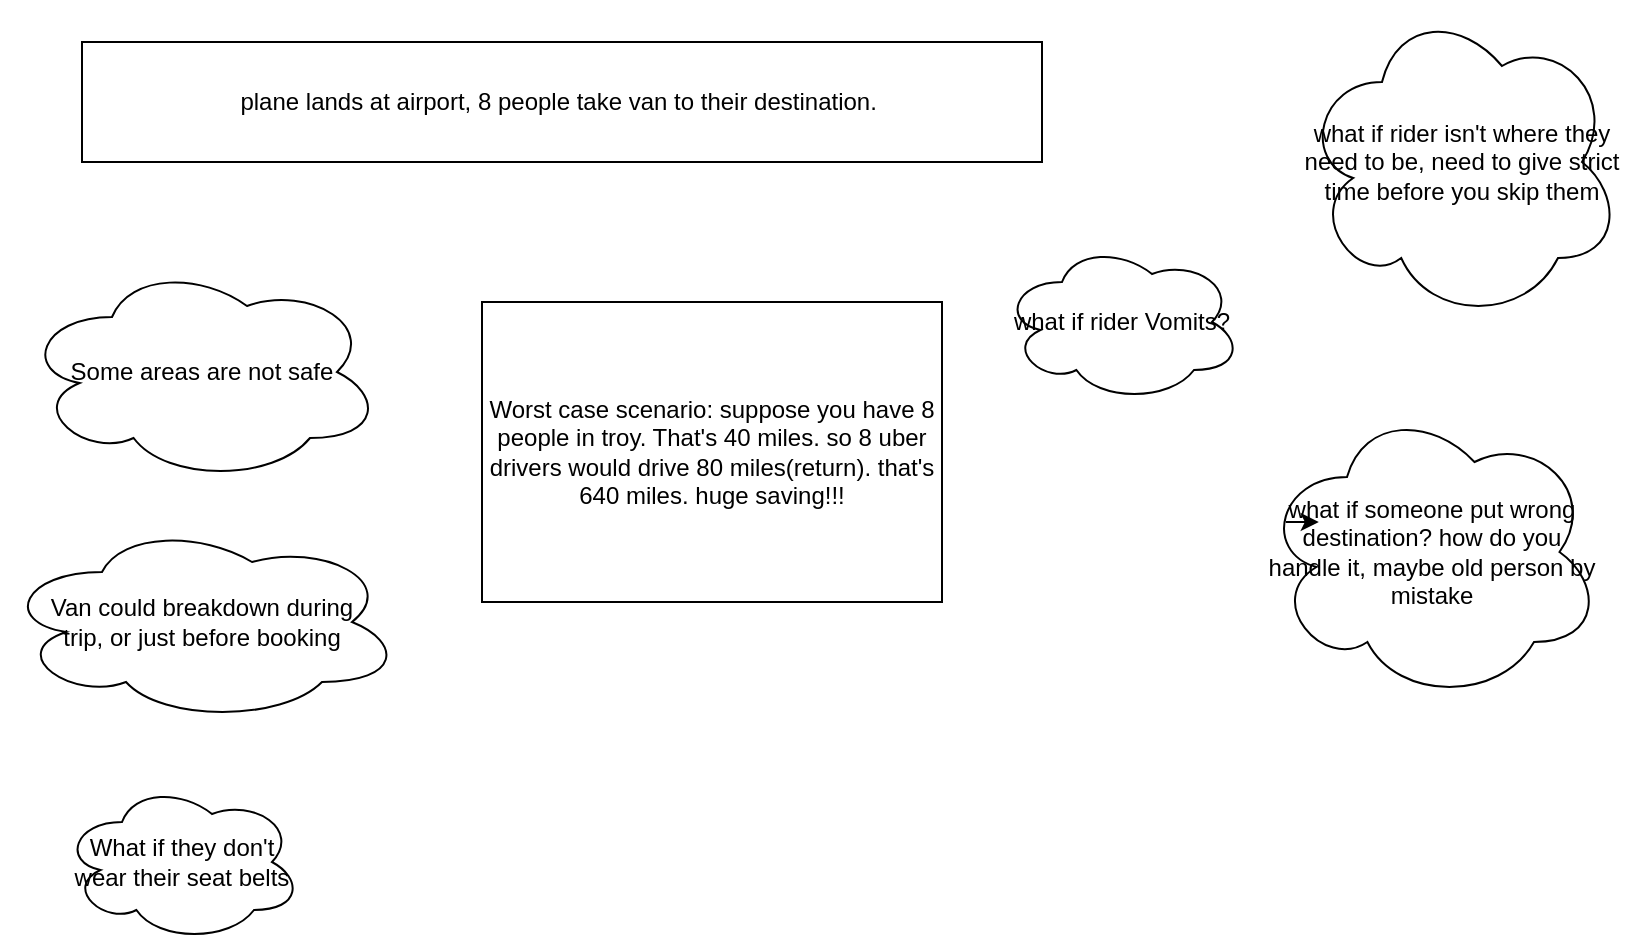
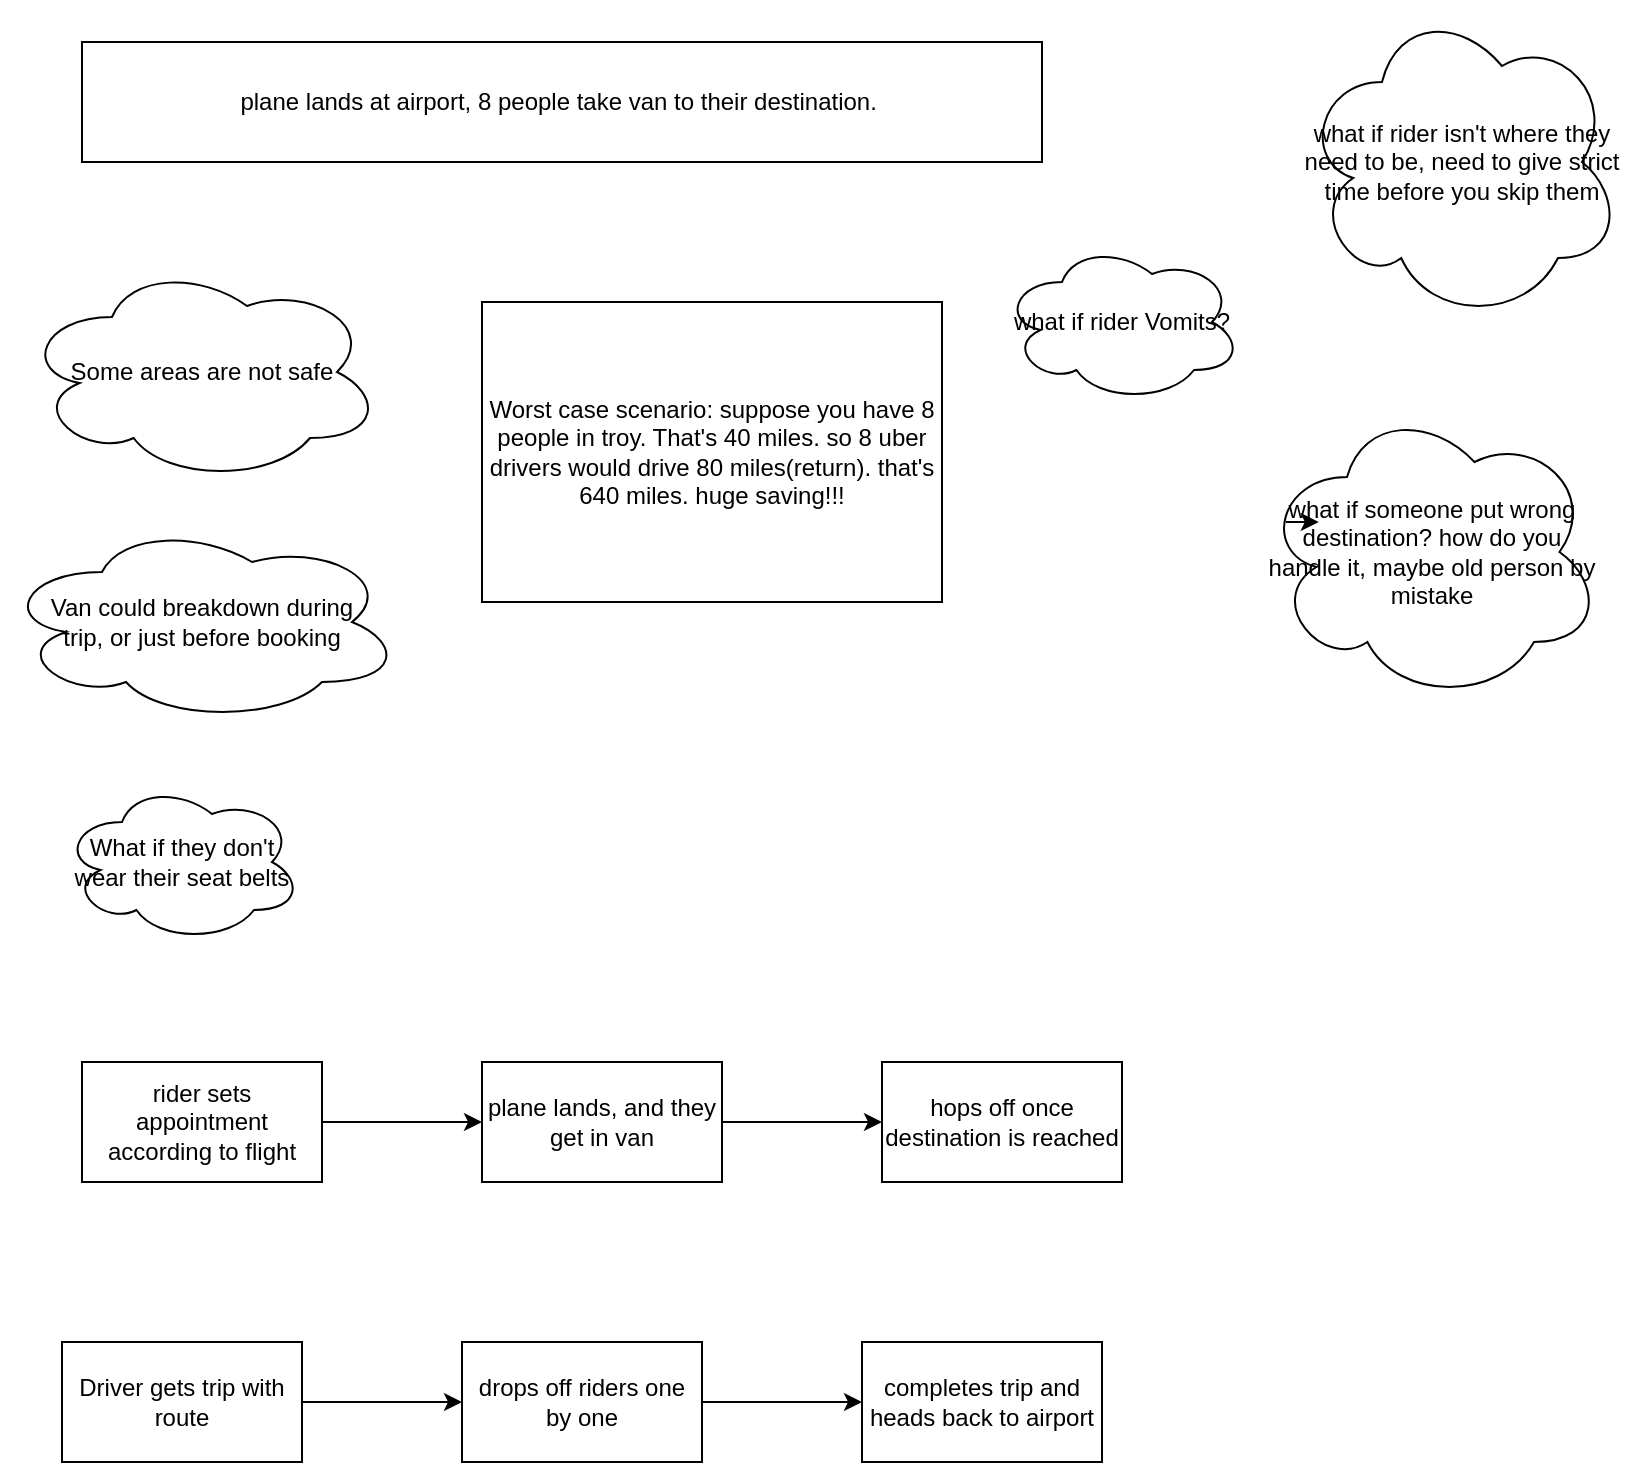
<mxfile host="app.diagrams.net">
  <diagram name="Page-1" id="dwn49BAO_7Qt1j4vyHa_">
-     <mxGraphModel dx="1171" dy="707" grid="1" gridSize="10" guides="1" tooltips="1" connect="1" arrows="1" fold="1" page="1" pageScale="1" pageWidth="850" pageHeight="1100" math="0" shadow="0">
+     <mxGraphModel dx="1022" dy="660" grid="1" gridSize="10" guides="1" tooltips="1" connect="1" arrows="1" fold="1" page="1" pageScale="1" pageWidth="850" pageHeight="1100" math="0" shadow="0">
      <root>
        <mxCell id="0" />
        <mxCell id="1" parent="0" />
        <mxCell id="ZXmLye4WYz5JW6THN3N--2" parent="1" style="rounded=0;whiteSpace=wrap;html=1;" value="plane lands at airport, 8 people take van to their destination.&amp;nbsp;" vertex="1">
          <mxGeometry height="60" width="480" x="60" y="60" as="geometry" />
        </mxCell>
        <mxCell id="ZXmLye4WYz5JW6THN3N--3" parent="1" style="ellipse;shape=cloud;whiteSpace=wrap;html=1;" value="Some areas are not safe" vertex="1">
          <mxGeometry height="110" width="180" x="30" y="170" as="geometry" />
        </mxCell>
        <mxCell id="ZXmLye4WYz5JW6THN3N--5" parent="1" style="rounded=0;whiteSpace=wrap;html=1;" value="&lt;div&gt;Worst case scenario: suppose you have 8 people in troy. That&#39;s 40 miles. so 8 uber drivers would drive 80 miles(return). that&#39;s 640 miles. huge saving!!!&lt;/div&gt;" vertex="1">
          <mxGeometry height="150" width="230" x="260" y="190" as="geometry" />
        </mxCell>
        <mxCell id="3V9UZf0SNv3yNVWR_qLZ-3" parent="1" style="ellipse;shape=cloud;whiteSpace=wrap;html=1;" value="Van could breakdown during&lt;br&gt;trip, or just before booking" vertex="1">
          <mxGeometry height="100" width="200" x="20" y="300" as="geometry" />
        </mxCell>
        <mxCell id="3V9UZf0SNv3yNVWR_qLZ-4" parent="1" style="ellipse;shape=cloud;whiteSpace=wrap;html=1;" value="&lt;div&gt;what if rider Vomits?&lt;/div&gt;" vertex="1">
          <mxGeometry height="80" width="120" x="520" y="160" as="geometry" />
        </mxCell>
        <mxCell id="3V9UZf0SNv3yNVWR_qLZ-5" parent="1" style="ellipse;shape=cloud;whiteSpace=wrap;html=1;" value="&lt;div&gt;what if rider isn&#39;t where they need to be, need to give strict time before you skip them&lt;/div&gt;" vertex="1">
          <mxGeometry height="160" width="160" x="670" y="40" as="geometry" />
        </mxCell>
        <mxCell id="3V9UZf0SNv3yNVWR_qLZ-6" parent="1" style="ellipse;shape=cloud;whiteSpace=wrap;html=1;" value="&lt;div&gt;what if someone put wrong destination? how do you handle it, maybe old person by mistake&lt;/div&gt;" vertex="1">
          <mxGeometry height="150" width="170" x="650" y="240" as="geometry" />
        </mxCell>
        <mxCell id="3V9UZf0SNv3yNVWR_qLZ-7" edge="1" parent="1" source="3V9UZf0SNv3yNVWR_qLZ-6" style="edgeStyle=orthogonalEdgeStyle;rounded=0;orthogonalLoop=1;jettySize=auto;html=1;exitX=0.07;exitY=0.4;exitDx=0;exitDy=0;exitPerimeter=0;entryX=0.167;entryY=0.4;entryDx=0;entryDy=0;entryPerimeter=0;" target="3V9UZf0SNv3yNVWR_qLZ-6">
          <mxGeometry relative="1" as="geometry" />
        </mxCell>
        <mxCell id="3V9UZf0SNv3yNVWR_qLZ-8" parent="1" style="ellipse;shape=cloud;whiteSpace=wrap;html=1;" value="&lt;div&gt;What if they don&#39;t wear their seat belts&lt;/div&gt;" vertex="1">
          <mxGeometry height="80" width="120" x="50" y="430" as="geometry" />
        </mxCell>
+         <mxCell id="fz-o9FOIOGUbKM3HRnTC-3" edge="1" parent="1" source="fz-o9FOIOGUbKM3HRnTC-1" style="edgeStyle=orthogonalEdgeStyle;rounded=0;orthogonalLoop=1;jettySize=auto;html=1;" target="fz-o9FOIOGUbKM3HRnTC-2" value="">
+           <mxGeometry relative="1" as="geometry" />
+         </mxCell>
+         <mxCell id="fz-o9FOIOGUbKM3HRnTC-1" parent="1" style="rounded=0;whiteSpace=wrap;html=1;" value="rider sets appointment according to flight" vertex="1">
+           <mxGeometry height="60" width="120" x="60" y="570" as="geometry" />
+         </mxCell>
+         <mxCell id="fz-o9FOIOGUbKM3HRnTC-5" edge="1" parent="1" source="fz-o9FOIOGUbKM3HRnTC-2" style="edgeStyle=orthogonalEdgeStyle;rounded=0;orthogonalLoop=1;jettySize=auto;html=1;" target="fz-o9FOIOGUbKM3HRnTC-4" value="">
+           <mxGeometry relative="1" as="geometry" />
+         </mxCell>
+         <mxCell id="fz-o9FOIOGUbKM3HRnTC-2" parent="1" style="whiteSpace=wrap;html=1;rounded=0;" value="plane lands, and they get in van" vertex="1">
+           <mxGeometry height="60" width="120" x="260" y="570" as="geometry" />
+         </mxCell>
+         <mxCell id="fz-o9FOIOGUbKM3HRnTC-4" parent="1" style="whiteSpace=wrap;html=1;rounded=0;" value="hops off once destination is reached" vertex="1">
+           <mxGeometry height="60" width="120" x="460" y="570" as="geometry" />
+         </mxCell>
+         <mxCell id="fz-o9FOIOGUbKM3HRnTC-8" edge="1" parent="1" source="fz-o9FOIOGUbKM3HRnTC-6" style="edgeStyle=orthogonalEdgeStyle;rounded=0;orthogonalLoop=1;jettySize=auto;html=1;" target="fz-o9FOIOGUbKM3HRnTC-7" value="">
+           <mxGeometry relative="1" as="geometry" />
+         </mxCell>
+         <mxCell id="fz-o9FOIOGUbKM3HRnTC-6" parent="1" style="rounded=0;whiteSpace=wrap;html=1;" value="Driver gets trip with route" vertex="1">
+           <mxGeometry height="60" width="120" x="50" y="710" as="geometry" />
+         </mxCell>
+         <mxCell id="fz-o9FOIOGUbKM3HRnTC-10" edge="1" parent="1" source="fz-o9FOIOGUbKM3HRnTC-7" style="edgeStyle=orthogonalEdgeStyle;rounded=0;orthogonalLoop=1;jettySize=auto;html=1;" target="fz-o9FOIOGUbKM3HRnTC-9" value="">
+           <mxGeometry relative="1" as="geometry" />
+         </mxCell>
+         <mxCell id="fz-o9FOIOGUbKM3HRnTC-7" parent="1" style="whiteSpace=wrap;html=1;rounded=0;" value="drops off riders one by one" vertex="1">
+           <mxGeometry height="60" width="120" x="250" y="710" as="geometry" />
+         </mxCell>
+         <mxCell id="fz-o9FOIOGUbKM3HRnTC-9" parent="1" style="whiteSpace=wrap;html=1;rounded=0;" value="completes trip and heads back to airport" vertex="1">
+           <mxGeometry height="60" width="120" x="450" y="710" as="geometry" />
+         </mxCell>
      </root>
    </mxGraphModel>
  </diagram>
</mxfile>
